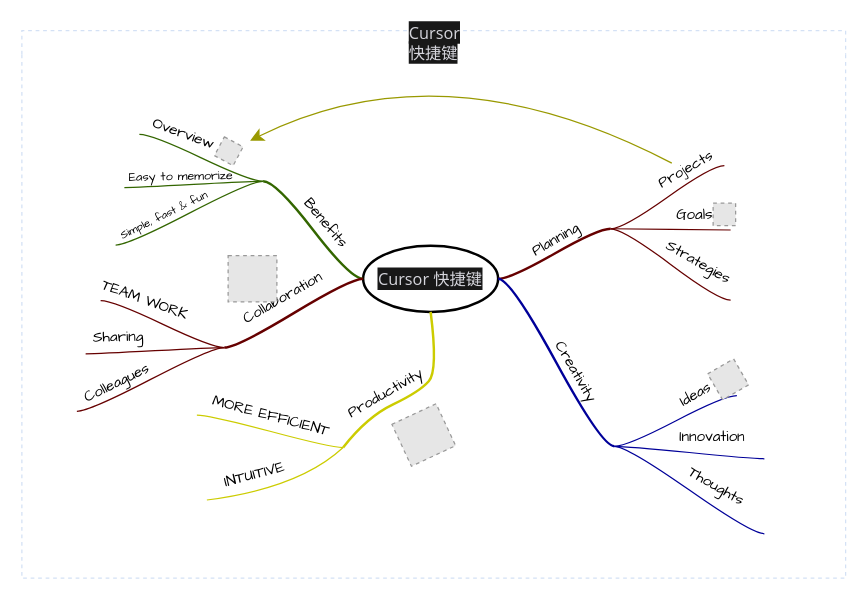
Above: page "Blank" (1 of 2) of 未命名绘图.drawio in Frank-34-02/Draw.io-diagrams.net- (draw.io), before the change. Source tidied: cells renumbered, new cells numbered last; positions are measured from the earlier drawing's top-left corner, leaving out a move shared by most shapes. Both pictures are drawn from the tidied source at 125%, with x=0, y=0 at pixel (21, 30). Pictures stored in the file or linked from it are replaced by grey dashed boxes.
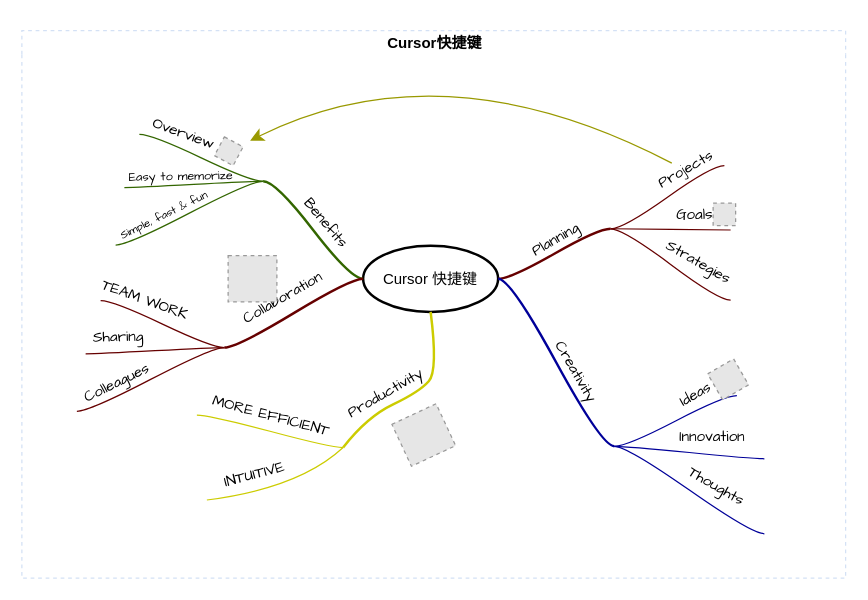
The same diagram, later.

Commit message:
更新未命名绘图.drawio

The edit, as a diff of the source:
```diff
@@
-    <mxCell id="2" value="&lt;div style=&quot;text-align: left;&quot;&gt;&lt;font face=&quot;Segoe WPC, Segoe UI, Microsoft YaHei, sans-serif&quot; color=&quot;#d6d6dd&quot;&gt;&lt;span style=&quot;font-size: 13px; font-weight: 400; text-wrap: wrap; background-color: rgb(24, 24, 24);&quot;&gt;Cursor快捷键&lt;/span&gt;&lt;/font&gt;&lt;/div&gt;" style="swimlane;html=1;startSize=19;horizontal=1;containerType=tree;labelBackgroundColor=none;strokeColor=#D4E1F5;strokeWidth=1;fillColor=none;fontFamily=Comic Sans MS;fontSize=9;swimlaneLine=0;dashed=1;" parent="1" vertex="1">
+    <mxCell id="2" value="Cursor快捷键" style="swimlane;html=1;startSize=19;horizontal=1;containerType=tree;strokeColor=#D4E1F5;strokeWidth=1;fillColor=none;swimlaneLine=0;dashed=1;" parent="1" vertex="1">
       <mxGeometry width="659" height="438" as="geometry" />
     </mxCell>
-    <mxCell id="3" value="&lt;font&gt;&lt;span style=&quot;color: rgb(214, 214, 221); font-family: &amp;quot;Segoe WPC&amp;quot;, &amp;quot;Segoe UI&amp;quot;, &amp;quot;Microsoft YaHei&amp;quot;, sans-serif; font-size: 13px; text-align: left; background-color: rgb(24, 24, 24);&quot;&gt;Cursor 快&lt;/span&gt;&lt;span style=&quot;color: rgb(214, 214, 221); font-family: &amp;quot;Segoe WPC&amp;quot;, &amp;quot;Segoe UI&amp;quot;, &amp;quot;Microsoft YaHei&amp;quot;, sans-serif; font-size: 13px; text-align: left; background-color: rgb(24, 24, 24);&quot;&gt;捷键&lt;/span&gt;&lt;/font&gt;" style="ellipse;whiteSpace=wrap;html=1;align=center;strokeWidth=2;" parent="2" vertex="1">
+    <mxCell id="3" value="Cursor 快捷键" style="ellipse;whiteSpace=wrap;html=1;align=center;strokeWidth=2;" parent="2" vertex="1">
       <mxGeometry x="273" y="172" width="108" height="53" as="geometry" />
     </mxCell>
```
